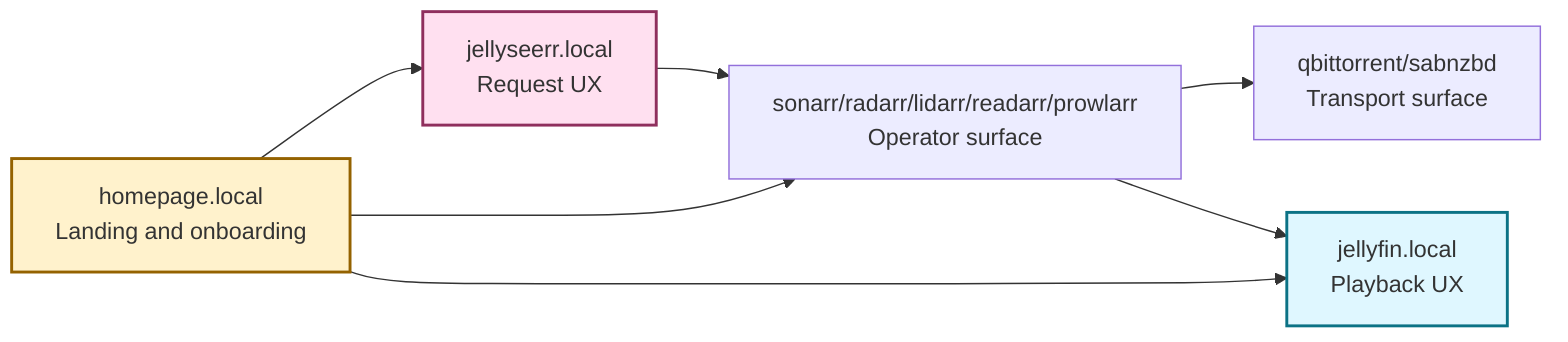
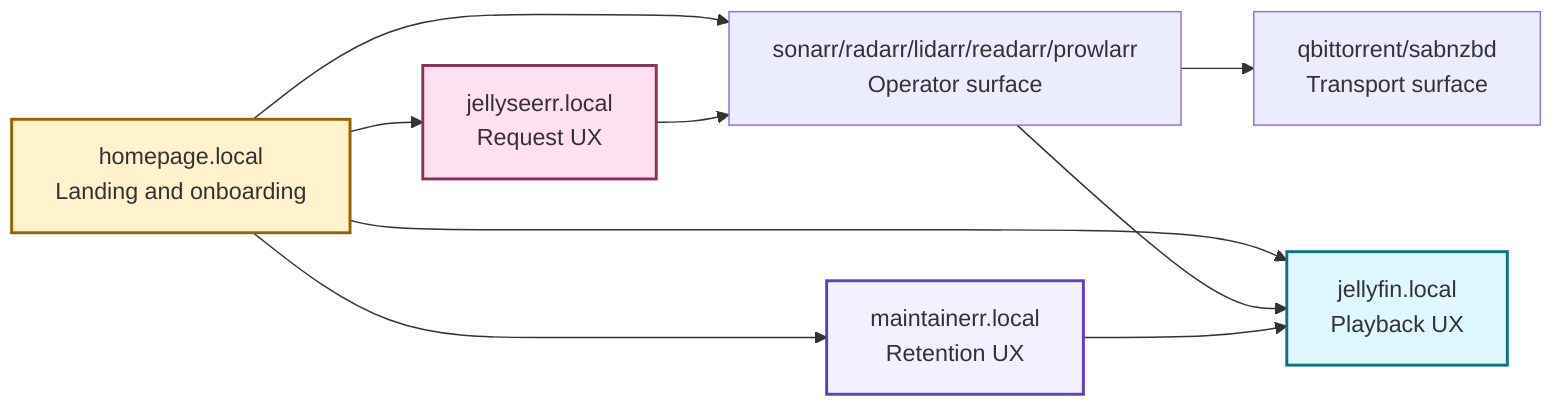
flowchart LR
  HOME[homepage.local\nLanding and onboarding]
  REQUEST[jellyseerr.local\nRequest UX]
  PLAY[jellyfin.local\nPlayback UX]
  OPS[sonarr/radarr/lidarr/readarr/prowlarr\nOperator surface]
  DL[qbittorrent/sabnzbd\nTransport surface]
+   HYG[maintainerr.local\nRetention UX]

  HOME --> REQUEST
  HOME --> PLAY
  HOME --> OPS
+   HOME --> HYG
  REQUEST --> OPS
  OPS --> DL
  OPS --> PLAY
+   HYG --> PLAY

  style HOME fill:#fff2cc,stroke:#946200,stroke-width:2px
  style REQUEST fill:#ffe0f0,stroke:#8f2f5d,stroke-width:2px
  style PLAY fill:#dff7ff,stroke:#0b7285,stroke-width:2px
+   style HYG fill:#f3f0ff,stroke:#5f3dc4,stroke-width:2px
